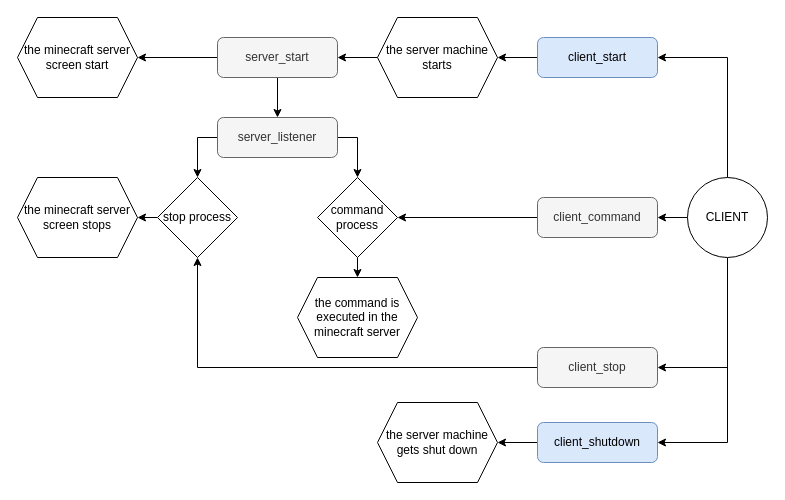
Earlier version of the draw.io diagram img/framework.drawio (StudiousPillow/MinecraftHostOnOff). Source tidied: cells renumbered, new cells numbered last; positions are measured from the earlier drawing's top-left corner, leaving out a move shared by most shapes. Both pictures are drawn from the tidied source at 100%, with x=0, y=0 at pixel (17, 17).
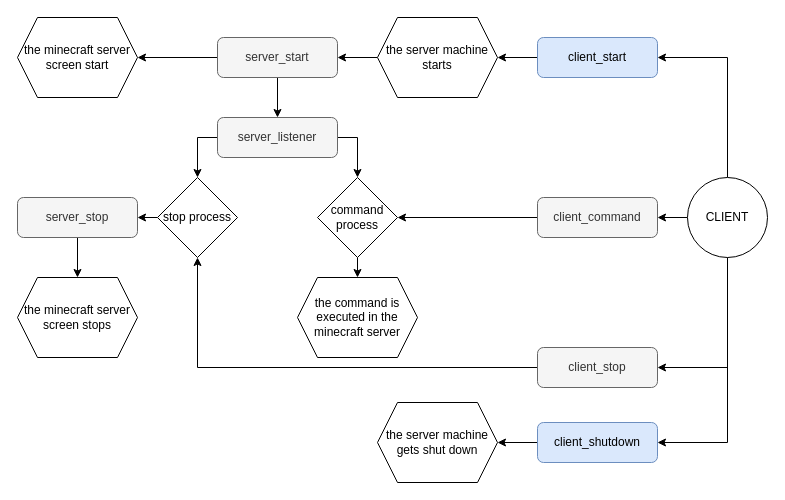
The same page after the edit.

Commit message (it also covers changes not shown here):
framework error

Unchanged cells that the change refers to:
```xml
<mxCell id="24" value="stop process" style="rhombus;whiteSpace=wrap;html=1;" parent="1" vertex="1">
  <mxGeometry x="140" y="160" width="80" height="80" as="geometry" />
</mxCell>
```

Diff of the diagram source:
```diff
@@
-    <mxCell id="23" style="edgeStyle=orthogonalEdgeStyle;rounded=0;jettySize=auto;html=1;exitX=0;exitY=0.5;exitDx=0;exitDy=0;entryX=1;entryY=0.5;entryDx=0;entryDy=0;" parent="1" edge="1" source="24" target="27">
-      <mxGeometry relative="1" as="geometry" />
-    </mxCell>
+    <mxCell id="31" style="edgeStyle=orthogonalEdgeStyle;rounded=0;jettySize=auto;html=1;exitX=0;exitY=0.5;exitDx=0;exitDy=0;entryX=1;entryY=0.5;entryDx=0;entryDy=0;" parent="1" edge="1" source="24" target="33">
+      <mxGeometry relative="1" as="geometry" />
+    </mxCell>
@@
     <mxCell id="27" value="the minecraft server screen stops" style="shape=hexagon;perimeter=hexagonPerimeter2;whiteSpace=wrap;html=1;fixedSize=1;" parent="1" vertex="1">
-      <mxGeometry y="160" width="120" height="80" as="geometry" />
+      <mxGeometry y="260" width="120" height="80" as="geometry" />
     </mxCell>
@@
+    <mxCell id="32" style="edgeStyle=orthogonalEdgeStyle;rounded=0;jettySize=auto;html=1;exitX=0.5;exitY=1;exitDx=0;exitDy=0;" parent="1" edge="1" source="33" target="27">
+      <mxGeometry relative="1" as="geometry" />
+    </mxCell>
+    <mxCell id="33" value="server_stop" style="rounded=1;whiteSpace=wrap;html=1;fontSize=12;glass=0;strokeWidth=1;shadow=0;fillColor=#f5f5f5;fontColor=#333333;strokeColor=#666666;" parent="1" vertex="1">
+      <mxGeometry y="180" width="120" height="40" as="geometry" />
+    </mxCell>
```
